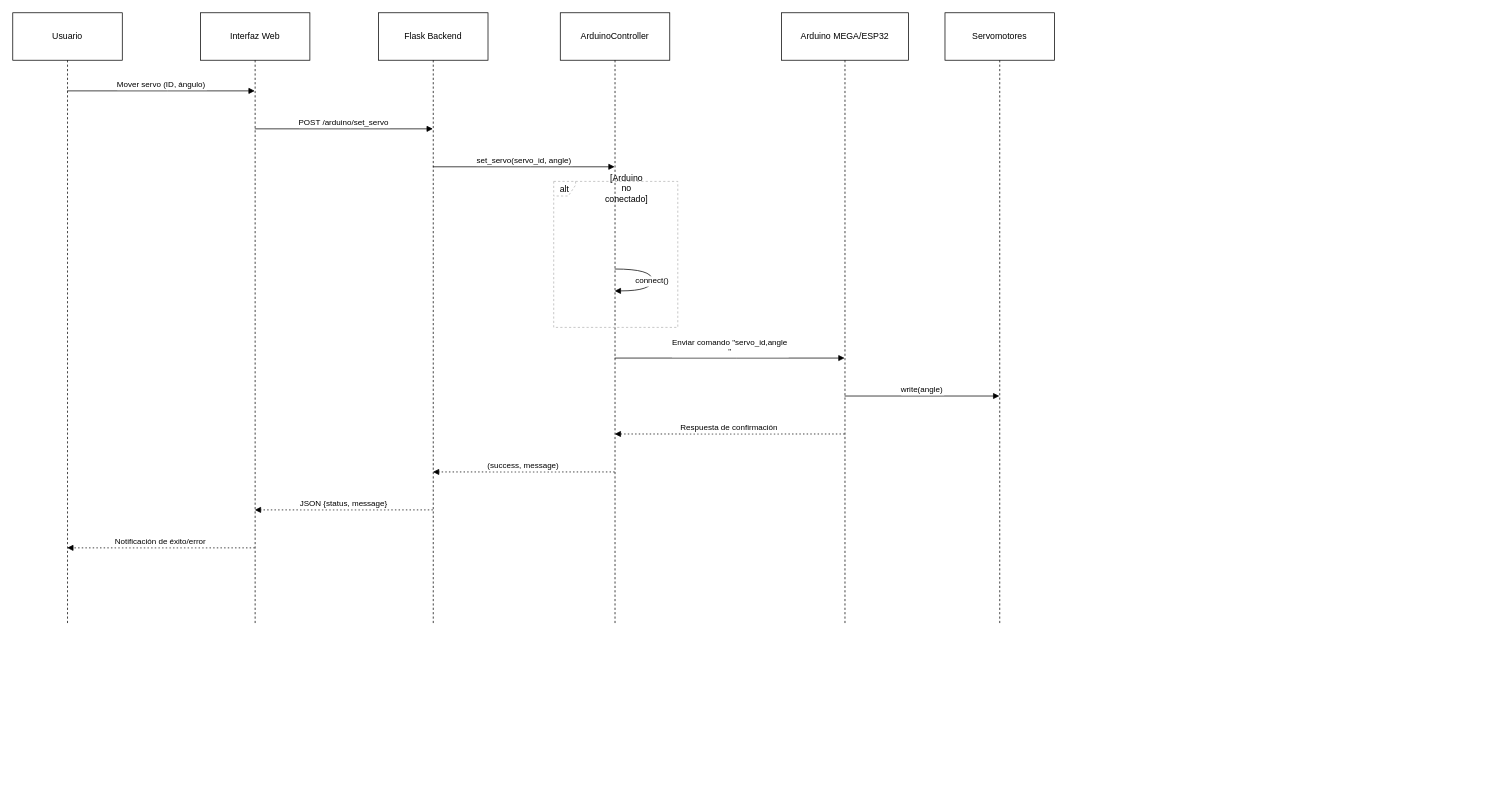
This is Diagramas/Control de Servos (SECUENCIA).drawio from Chelqq/Scarlet-witch-project, a draw.io file, before an edit. Source tidied: cells renumbered, new cells numbered last; positions are measured from the earlier drawing's top-left corner, leaving out a move shared by most shapes. Both pictures are drawn from the tidied source at 73%, with x=0, y=0 at pixel (12, 12).
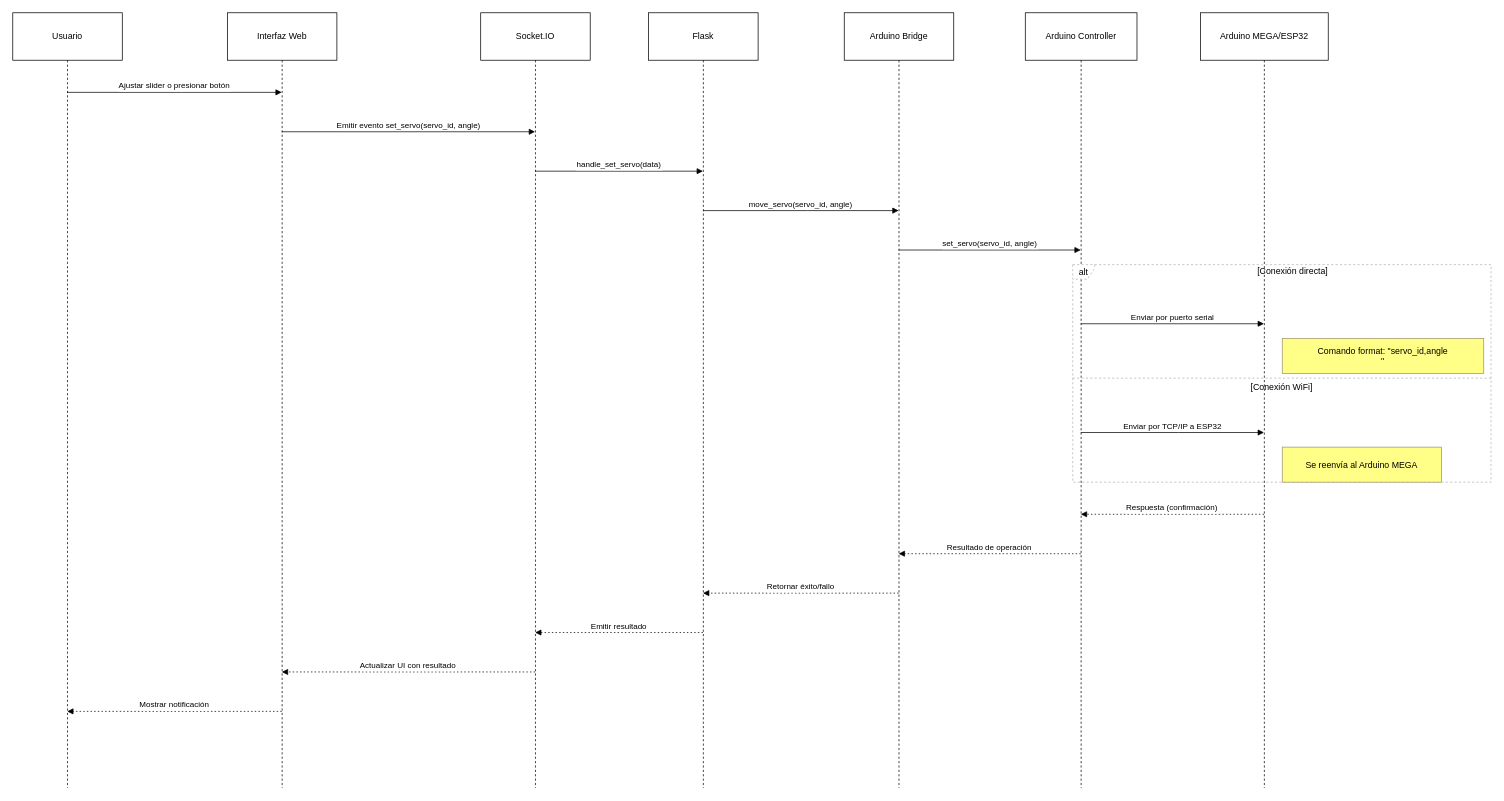
After the change.

What changed in the source:
```diff
@@
     <mxCell id="2" value="Usuario" style="shape=umlLifeline;perimeter=lifelinePerimeter;whiteSpace=wrap;outlineConnect=0;portConstraint=eastwest;newEdgeStyle={&quot;edgeStyle&quot;:&quot;elbowEdgeStyle&quot;,&quot;elbow&quot;:&quot;vertical&quot;,&quot;curved&quot;:0,&quot;rounded&quot;:0};size=65;" parent="1" vertex="1">
-      <mxGeometry width="150" height="838" as="geometry" />
+      <mxGeometry width="150" height="1062" as="geometry" />
     </mxCell>
     <mxCell id="3" value="Interfaz Web" style="shape=umlLifeline;perimeter=lifelinePerimeter;whiteSpace=wrap;outlineConnect=0;portConstraint=eastwest;newEdgeStyle={&quot;edgeStyle&quot;:&quot;elbowEdgeStyle&quot;,&quot;elbow&quot;:&quot;vertical&quot;,&quot;curved&quot;:0,&quot;rounded&quot;:0};size=65;" parent="1" vertex="1">
-      <mxGeometry x="257" width="150" height="838" as="geometry" />
+      <mxGeometry x="294" width="150" height="1062" as="geometry" />
     </mxCell>
-    <mxCell id="4" value="Flask Backend" style="shape=umlLifeline;perimeter=lifelinePerimeter;whiteSpace=wrap;outlineConnect=0;portConstraint=eastwest;newEdgeStyle={&quot;edgeStyle&quot;:&quot;elbowEdgeStyle&quot;,&quot;elbow&quot;:&quot;vertical&quot;,&quot;curved&quot;:0,&quot;rounded&quot;:0};size=65;" parent="1" vertex="1">
-      <mxGeometry x="501" width="150" height="838" as="geometry" />
-    </mxCell>
-    <mxCell id="5" value="ArduinoController" style="shape=umlLifeline;perimeter=lifelinePerimeter;whiteSpace=wrap;outlineConnect=0;portConstraint=eastwest;newEdgeStyle={&quot;edgeStyle&quot;:&quot;elbowEdgeStyle&quot;,&quot;elbow&quot;:&quot;vertical&quot;,&quot;curved&quot;:0,&quot;rounded&quot;:0};size=65;" parent="1" vertex="1">
-      <mxGeometry x="750" width="150" height="838" as="geometry" />
-    </mxCell>
+    <mxCell id="20" value="Socket.IO" style="shape=umlLifeline;perimeter=lifelinePerimeter;whiteSpace=wrap;outlineConnect=0;portConstraint=eastwest;newEdgeStyle={&quot;edgeStyle&quot;:&quot;elbowEdgeStyle&quot;,&quot;elbow&quot;:&quot;vertical&quot;,&quot;curved&quot;:0,&quot;rounded&quot;:0};size=65;" parent="1" vertex="1">
+      <mxGeometry x="641" width="150" height="1062" as="geometry" />
+    </mxCell>
+    <mxCell id="21" value="Flask" style="shape=umlLifeline;perimeter=lifelinePerimeter;whiteSpace=wrap;outlineConnect=0;portConstraint=eastwest;newEdgeStyle={&quot;edgeStyle&quot;:&quot;elbowEdgeStyle&quot;,&quot;elbow&quot;:&quot;vertical&quot;,&quot;curved&quot;:0,&quot;rounded&quot;:0};size=65;" parent="1" vertex="1">
+      <mxGeometry x="871" width="150" height="1062" as="geometry" />
+    </mxCell>
+    <mxCell id="22" value="Arduino Bridge" style="shape=umlLifeline;perimeter=lifelinePerimeter;whiteSpace=wrap;outlineConnect=0;portConstraint=eastwest;newEdgeStyle={&quot;edgeStyle&quot;:&quot;elbowEdgeStyle&quot;,&quot;elbow&quot;:&quot;vertical&quot;,&quot;curved&quot;:0,&quot;rounded&quot;:0};size=65;" parent="1" vertex="1">
+      <mxGeometry x="1139" width="150" height="1062" as="geometry" />
+    </mxCell>
+    <mxCell id="23" value="Arduino Controller" style="shape=umlLifeline;perimeter=lifelinePerimeter;whiteSpace=wrap;outlineConnect=0;portConstraint=eastwest;newEdgeStyle={&quot;edgeStyle&quot;:&quot;elbowEdgeStyle&quot;,&quot;elbow&quot;:&quot;vertical&quot;,&quot;curved&quot;:0,&quot;rounded&quot;:0};size=65;" parent="1" vertex="1">
+      <mxGeometry x="1387" width="153" height="1062" as="geometry" />
+    </mxCell>
     <mxCell id="6" value="Arduino MEGA/ESP32" style="shape=umlLifeline;perimeter=lifelinePerimeter;whiteSpace=wrap;outlineConnect=0;portConstraint=eastwest;newEdgeStyle={&quot;edgeStyle&quot;:&quot;elbowEdgeStyle&quot;,&quot;elbow&quot;:&quot;vertical&quot;,&quot;curved&quot;:0,&quot;rounded&quot;:0};size=65;" parent="1" vertex="1">
-      <mxGeometry x="1053" width="174" height="838" as="geometry" />
+      <mxGeometry x="1627" width="175" height="1062" as="geometry" />
     </mxCell>
-    <mxCell id="7" value="Servomotores" style="shape=umlLifeline;perimeter=lifelinePerimeter;whiteSpace=wrap;outlineConnect=0;portConstraint=eastwest;newEdgeStyle={&quot;edgeStyle&quot;:&quot;elbowEdgeStyle&quot;,&quot;elbow&quot;:&quot;vertical&quot;,&quot;curved&quot;:0,&quot;rounded&quot;:0};size=65;" parent="1" vertex="1">
-      <mxGeometry x="1277" width="150" height="838" as="geometry" />
-    </mxCell>
     <mxCell id="8" value="alt" style="shape=umlFrame;dashed=1;strokeColor=#B3B3B3;height=20;width=30;" parent="1" vertex="1">
-      <mxGeometry x="741" y="231" width="170" height="200" as="geometry" />
+      <mxGeometry x="1452" y="345" width="573" height="298" as="geometry" />
     </mxCell>
-    <mxCell id="9" value="[Arduino&#10;no&#10;conectado]" style="text;strokeColor=none;fillColor=none;align=center;verticalAlign=middle;whiteSpace=wrap;" parent="8" vertex="1">
-      <mxGeometry x="30" width="140" height="20" as="geometry" />
-    </mxCell>
+    <mxCell id="24" value="[Conexión directa]" style="text;strokeColor=none;fillColor=none;align=center;verticalAlign=middle;whiteSpace=wrap;" parent="8" vertex="1">
+      <mxGeometry x="30" width="543" height="20" as="geometry" />
+    </mxCell>
+    <mxCell id="25" value="[Conexión WiFi]" style="shape=line;dashed=1;whiteSpace=wrap;verticalAlign=top;labelPosition=center;verticalLabelPosition=middle;align=center;strokeColor=#B3B3B3;" parent="8" vertex="1">
+      <mxGeometry y="154" width="573" height="3" as="geometry" />
+    </mxCell>
-    <mxCell id="10" value="Mover servo (ID, ángulo)" style="verticalAlign=bottom;edgeStyle=elbowEdgeStyle;elbow=vertical;curved=0;rounded=0;endArrow=block;" parent="1" edge="1" source="2" target="3">
+    <mxCell id="10" value="Ajustar slider o presionar botón" style="verticalAlign=bottom;edgeStyle=elbowEdgeStyle;elbow=vertical;curved=0;rounded=0;endArrow=block;" parent="1" edge="1" source="2" target="3">
       <mxGeometry relative="1" as="geometry">
         <Array as="points">
-          <mxPoint x="212" y="107" />
+          <mxPoint x="231" y="109" />
         </Array>
       </mxGeometry>
     </mxCell>
-    <mxCell id="11" value="POST /arduino/set_servo" style="verticalAlign=bottom;edgeStyle=elbowEdgeStyle;elbow=vertical;curved=0;rounded=0;endArrow=block;" parent="1" edge="1" source="3" target="4">
-      <mxGeometry relative="1" as="geometry">
-        <Array as="points">
-          <mxPoint x="463" y="159" />
-        </Array>
-      </mxGeometry>
-    </mxCell>
+    <mxCell id="26" value="Emitir evento set_servo(servo_id, angle)" style="verticalAlign=bottom;edgeStyle=elbowEdgeStyle;elbow=vertical;curved=0;rounded=0;endArrow=block;" parent="1" edge="1" source="3" target="20">
+      <mxGeometry relative="1" as="geometry">
+        <Array as="points">
+          <mxPoint x="551" y="163" />
+        </Array>
+      </mxGeometry>
+    </mxCell>
+    <mxCell id="27" value="handle_set_servo(data)" style="verticalAlign=bottom;edgeStyle=elbowEdgeStyle;elbow=vertical;curved=0;rounded=0;endArrow=block;" parent="1" edge="1" source="20" target="21">
+      <mxGeometry relative="1" as="geometry">
+        <Array as="points">
+          <mxPoint x="840" y="217" />
+        </Array>
+      </mxGeometry>
+    </mxCell>
+    <mxCell id="28" value="move_servo(servo_id, angle)" style="verticalAlign=bottom;edgeStyle=elbowEdgeStyle;elbow=vertical;curved=0;rounded=0;endArrow=block;" parent="1" edge="1" source="21" target="22">
+      <mxGeometry relative="1" as="geometry">
+        <Array as="points">
+          <mxPoint x="1089" y="271" />
+        </Array>
+      </mxGeometry>
+    </mxCell>
-    <mxCell id="12" value="set_servo(servo_id, angle)" style="verticalAlign=bottom;edgeStyle=elbowEdgeStyle;elbow=vertical;curved=0;rounded=0;endArrow=block;" parent="1" edge="1" source="4" target="5">
+    <mxCell id="12" value="set_servo(servo_id, angle)" style="verticalAlign=bottom;edgeStyle=elbowEdgeStyle;elbow=vertical;curved=0;rounded=0;endArrow=block;" parent="1" edge="1" source="22" target="23">
       <mxGeometry relative="1" as="geometry">
         <Array as="points">
-          <mxPoint x="709" y="211" />
+          <mxPoint x="1347" y="325" />
         </Array>
       </mxGeometry>
     </mxCell>
-    <mxCell id="13" value="connect()" style="curved=1;endArrow=block;rounded=0;" parent="1" edge="1" source="5" target="5">
-      <mxGeometry relative="1" as="geometry">
-        <Array as="points">
-          <mxPoint x="876" y="351" />
-          <mxPoint x="876" y="381" />
-        </Array>
-      </mxGeometry>
-    </mxCell>
-    <mxCell id="14" value="Enviar comando &quot;servo_id,angle&#10;&quot;" style="verticalAlign=bottom;edgeStyle=elbowEdgeStyle;elbow=vertical;curved=0;rounded=0;endArrow=block;" parent="1" edge="1" source="5" target="6">
-      <mxGeometry relative="1" as="geometry">
-        <Array as="points">
-          <mxPoint x="991" y="473" />
-        </Array>
-      </mxGeometry>
-    </mxCell>
-    <mxCell id="15" value="write(angle)" style="verticalAlign=bottom;edgeStyle=elbowEdgeStyle;elbow=vertical;curved=0;rounded=0;endArrow=block;" parent="1" edge="1" source="6" target="7">
-      <mxGeometry relative="1" as="geometry">
-        <Array as="points">
-          <mxPoint x="1255" y="525" />
-        </Array>
-      </mxGeometry>
-    </mxCell>
-    <mxCell id="16" value="Respuesta de confirmación" style="verticalAlign=bottom;edgeStyle=elbowEdgeStyle;elbow=vertical;curved=0;rounded=0;dashed=1;dashPattern=2 3;endArrow=block;" parent="1" edge="1" source="6" target="5">
-      <mxGeometry relative="1" as="geometry">
-        <Array as="points">
-          <mxPoint x="994" y="577" />
-        </Array>
-      </mxGeometry>
-    </mxCell>
-    <mxCell id="17" value="(success, message)" style="verticalAlign=bottom;edgeStyle=elbowEdgeStyle;elbow=vertical;curved=0;rounded=0;dashed=1;dashPattern=2 3;endArrow=block;" parent="1" edge="1" source="5" target="4">
-      <mxGeometry relative="1" as="geometry">
-        <Array as="points">
-          <mxPoint x="712" y="629" />
-        </Array>
-      </mxGeometry>
-    </mxCell>
-    <mxCell id="18" value="JSON {status, message}" style="verticalAlign=bottom;edgeStyle=elbowEdgeStyle;elbow=vertical;curved=0;rounded=0;dashed=1;dashPattern=2 3;endArrow=block;" parent="1" edge="1" source="4" target="3">
-      <mxGeometry relative="1" as="geometry">
-        <Array as="points">
-          <mxPoint x="466" y="681" />
-        </Array>
-      </mxGeometry>
-    </mxCell>
+    <mxCell id="29" value="Enviar por puerto serial" style="verticalAlign=bottom;edgeStyle=elbowEdgeStyle;elbow=vertical;curved=0;rounded=0;endArrow=block;" parent="1" edge="1" source="23" target="6">
+      <mxGeometry relative="1" as="geometry">
+        <Array as="points">
+          <mxPoint x="1597" y="426" />
+        </Array>
+      </mxGeometry>
+    </mxCell>
+    <mxCell id="30" value="Enviar por TCP/IP a ESP32" style="verticalAlign=bottom;edgeStyle=elbowEdgeStyle;elbow=vertical;curved=0;rounded=0;endArrow=block;" parent="1" edge="1" source="23" target="6">
+      <mxGeometry relative="1" as="geometry">
+        <Array as="points">
+          <mxPoint x="1597" y="575" />
+        </Array>
+      </mxGeometry>
+    </mxCell>
+    <mxCell id="31" value="Respuesta (confirmación)" style="verticalAlign=bottom;edgeStyle=elbowEdgeStyle;elbow=vertical;curved=0;rounded=0;dashed=1;dashPattern=2 3;endArrow=block;" parent="1" edge="1" source="6" target="23">
+      <mxGeometry relative="1" as="geometry">
+        <Array as="points">
+          <mxPoint x="1600" y="687" />
+        </Array>
+      </mxGeometry>
+    </mxCell>
+    <mxCell id="32" value="Resultado de operación" style="verticalAlign=bottom;edgeStyle=elbowEdgeStyle;elbow=vertical;curved=0;rounded=0;dashed=1;dashPattern=2 3;endArrow=block;" parent="1" edge="1" source="23" target="22">
+      <mxGeometry relative="1" as="geometry">
+        <Array as="points">
+          <mxPoint x="1350" y="741" />
+        </Array>
+      </mxGeometry>
+    </mxCell>
+    <mxCell id="33" value="Retornar éxito/fallo" style="verticalAlign=bottom;edgeStyle=elbowEdgeStyle;elbow=vertical;curved=0;rounded=0;dashed=1;dashPattern=2 3;endArrow=block;" parent="1" edge="1" source="22" target="21">
+      <mxGeometry relative="1" as="geometry">
+        <Array as="points">
+          <mxPoint x="1092" y="795" />
+        </Array>
+      </mxGeometry>
+    </mxCell>
+    <mxCell id="34" value="Emitir resultado" style="verticalAlign=bottom;edgeStyle=elbowEdgeStyle;elbow=vertical;curved=0;rounded=0;dashed=1;dashPattern=2 3;endArrow=block;" parent="1" edge="1" source="21" target="20">
+      <mxGeometry relative="1" as="geometry">
+        <Array as="points">
+          <mxPoint x="843" y="849" />
+        </Array>
+      </mxGeometry>
+    </mxCell>
+    <mxCell id="35" value="Actualizar UI con resultado" style="verticalAlign=bottom;edgeStyle=elbowEdgeStyle;elbow=vertical;curved=0;rounded=0;dashed=1;dashPattern=2 3;endArrow=block;" parent="1" edge="1" source="20" target="3">
+      <mxGeometry relative="1" as="geometry">
+        <Array as="points">
+          <mxPoint x="554" y="903" />
+        </Array>
+      </mxGeometry>
+    </mxCell>
-    <mxCell id="19" value="Notificación de éxito/error" style="verticalAlign=bottom;edgeStyle=elbowEdgeStyle;elbow=vertical;curved=0;rounded=0;dashed=1;dashPattern=2 3;endArrow=block;" parent="1" edge="1" source="3" target="2">
+    <mxCell id="19" value="Mostrar notificación" style="verticalAlign=bottom;edgeStyle=elbowEdgeStyle;elbow=vertical;curved=0;rounded=0;dashed=1;dashPattern=2 3;endArrow=block;" parent="1" edge="1" source="3" target="2">
       <mxGeometry relative="1" as="geometry">
         <Array as="points">
-          <mxPoint x="215" y="733" />
+          <mxPoint x="234" y="957" />
         </Array>
       </mxGeometry>
     </mxCell>
+    <mxCell id="36" value="Comando format: &quot;servo_id,angle&#10;&quot;" style="fillColor=#ffff88;strokeColor=#9E916F;" parent="1" vertex="1">
+      <mxGeometry x="1739" y="446" width="276" height="48" as="geometry" />
+    </mxCell>
+    <mxCell id="37" value="Se reenvía al Arduino MEGA" style="fillColor=#ffff88;strokeColor=#9E916F;" parent="1" vertex="1">
+      <mxGeometry x="1739" y="595" width="218" height="48" as="geometry" />
+    </mxCell>
```
